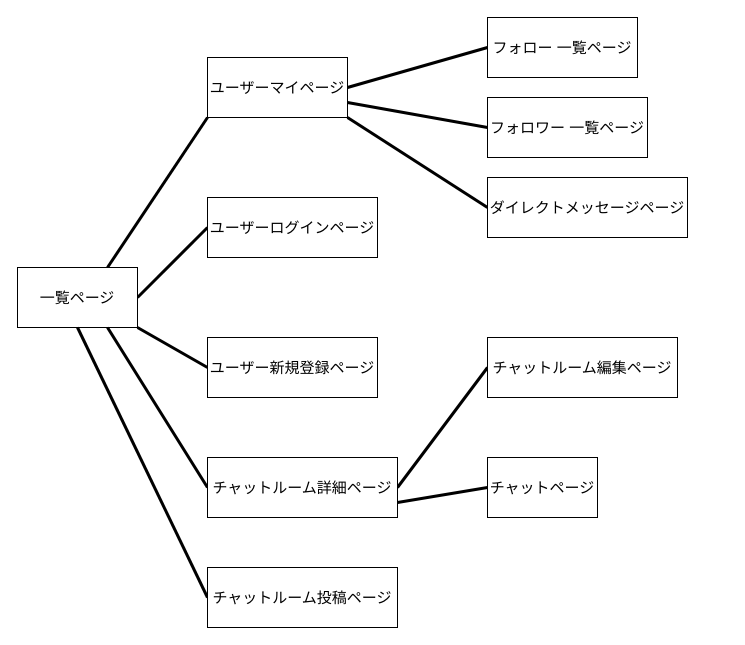
Earlier version of the draw.io diagram 画面遷移図.dio (MAXIM-kn/shumitomo-app). Source tidied: cells renumbered, new cells numbered last; positions are measured from the earlier drawing's top-left corner, leaving out a move shared by most shapes. Both pictures are drawn from the tidied source at 100%, with x=0, y=0 at pixel (17, 17).
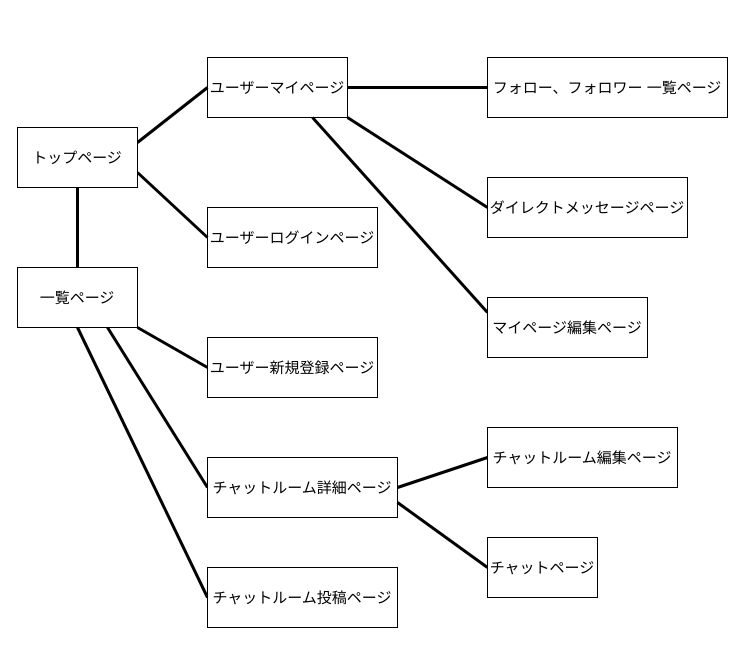
The same page after the edit.

Commit message:
画面遷移図変更

Unchanged cells that the change refers to:
```xml
<mxCell id="5" value="一覧ページ" style="rounded=0;whiteSpace=wrap;html=1;strokeWidth=1;fontSize=15;" parent="1" vertex="1">
  <mxGeometry y="250" width="120" height="60" as="geometry" />
</mxCell>
<mxCell id="9" value="ユーザーマイページ" style="rounded=0;whiteSpace=wrap;html=1;fontSize=15;strokeWidth=1;" parent="1" vertex="1">
  <mxGeometry x="190" y="40" width="140" height="60" as="geometry" />
</mxCell>
```

What changed in the source:
```diff
@@
-    <mxCell id="2" style="edgeStyle=none;html=1;exitX=1;exitY=0.5;exitDx=0;exitDy=0;entryX=0;entryY=0.5;entryDx=0;entryDy=0;fontSize=15;endArrow=none;endFill=0;strokeWidth=3;" parent="1" edge="1" source="5" target="6">
-      <mxGeometry relative="1" as="geometry" />
-    </mxCell>
-    <mxCell id="3" style="edgeStyle=none;html=1;exitX=0.75;exitY=0;exitDx=0;exitDy=0;entryX=0;entryY=1;entryDx=0;entryDy=0;fontSize=15;endArrow=none;endFill=0;strokeWidth=3;" parent="1" edge="1" source="5" target="9">
-      <mxGeometry relative="1" as="geometry" />
-    </mxCell>
@@
     <mxCell id="6" value="ユーザーログインページ" style="rounded=0;whiteSpace=wrap;html=1;fontSize=15;strokeWidth=1;" parent="1" vertex="1">
-      <mxGeometry x="190" y="180" width="170" height="60" as="geometry" />
+      <mxGeometry x="190" y="190" width="170" height="60" as="geometry" />
     </mxCell>
@@
-    <mxCell id="16" value="フォロー 一覧ページ" style="rounded=0;whiteSpace=wrap;html=1;fontSize=15;strokeWidth=1;" parent="1" vertex="1">
-      <mxGeometry x="470" width="150" height="60" as="geometry" />
+    <mxCell id="16" value="フォロー、フォロワー 一覧ページ" style="rounded=0;whiteSpace=wrap;html=1;fontSize=15;strokeWidth=1;" parent="1" vertex="1">
+      <mxGeometry x="470" y="40" width="240" height="60" as="geometry" />
     </mxCell>
-    <mxCell id="17" style="edgeStyle=none;html=1;exitX=0;exitY=0.5;exitDx=0;exitDy=0;entryX=1;entryY=0.75;entryDx=0;entryDy=0;fontSize=15;endArrow=none;endFill=0;strokeWidth=3;" parent="1" edge="1" source="18" target="9">
-      <mxGeometry relative="1" as="geometry" />
-    </mxCell>
-    <mxCell id="18" value="フォロワー 一覧ページ" style="rounded=0;whiteSpace=wrap;html=1;fontSize=15;strokeWidth=1;" parent="1" vertex="1">
-      <mxGeometry x="470" y="80" width="160" height="60" as="geometry" />
-    </mxCell>
     <mxCell id="19" value="チャットルーム編集ページ" style="rounded=0;whiteSpace=wrap;html=1;fontSize=15;strokeWidth=1;" parent="1" vertex="1">
-      <mxGeometry x="470" y="320" width="190" height="60" as="geometry" />
+      <mxGeometry x="470" y="410" width="190" height="60" as="geometry" />
     </mxCell>
@@
     <mxCell id="22" value="チャットページ" style="whiteSpace=wrap;html=1;fontSize=15;strokeWidth=1;" parent="1" vertex="1">
-      <mxGeometry x="470" y="440" width="110" height="60" as="geometry" />
+      <mxGeometry x="470" y="520" width="110" height="60" as="geometry" />
     </mxCell>
+    <mxCell id="23" style="edgeStyle=none;html=1;exitX=0;exitY=0.25;exitDx=0;exitDy=0;entryX=0.75;entryY=1;entryDx=0;entryDy=0;fontSize=15;endArrow=none;endFill=0;endSize=6;strokeWidth=3;" parent="1" edge="1" source="24" target="9">
+      <mxGeometry relative="1" as="geometry" />
+    </mxCell>
+    <mxCell id="24" value="マイページ編集ページ" style="whiteSpace=wrap;html=1;strokeWidth=1;fontSize=15;" parent="1" vertex="1">
+      <mxGeometry x="470" y="280" width="160" height="60" as="geometry" />
+    </mxCell>
+    <mxCell id="25" style="edgeStyle=none;html=1;exitX=1;exitY=0.25;exitDx=0;exitDy=0;entryX=0;entryY=0.5;entryDx=0;entryDy=0;fontSize=15;endArrow=none;endFill=0;strokeWidth=3;" parent="1" edge="1" source="28" target="9">
+      <mxGeometry relative="1" as="geometry" />
+    </mxCell>
+    <mxCell id="26" style="edgeStyle=none;html=1;exitX=1;exitY=0.75;exitDx=0;exitDy=0;entryX=0;entryY=0.5;entryDx=0;entryDy=0;fontSize=15;strokeWidth=3;endArrow=none;endFill=0;" parent="1" edge="1" source="28" target="6">
+      <mxGeometry relative="1" as="geometry" />
+    </mxCell>
+    <mxCell id="27" style="edgeStyle=none;html=1;exitX=0.5;exitY=1;exitDx=0;exitDy=0;entryX=0.5;entryY=0;entryDx=0;entryDy=0;fontSize=15;strokeWidth=3;endArrow=none;endFill=0;" parent="1" edge="1" source="28" target="5">
+      <mxGeometry relative="1" as="geometry" />
+    </mxCell>
+    <mxCell id="28" value="トップページ" style="whiteSpace=wrap;html=1;fontSize=15;" parent="1" vertex="1">
+      <mxGeometry y="110" width="120" height="60" as="geometry" />
+    </mxCell>
```
